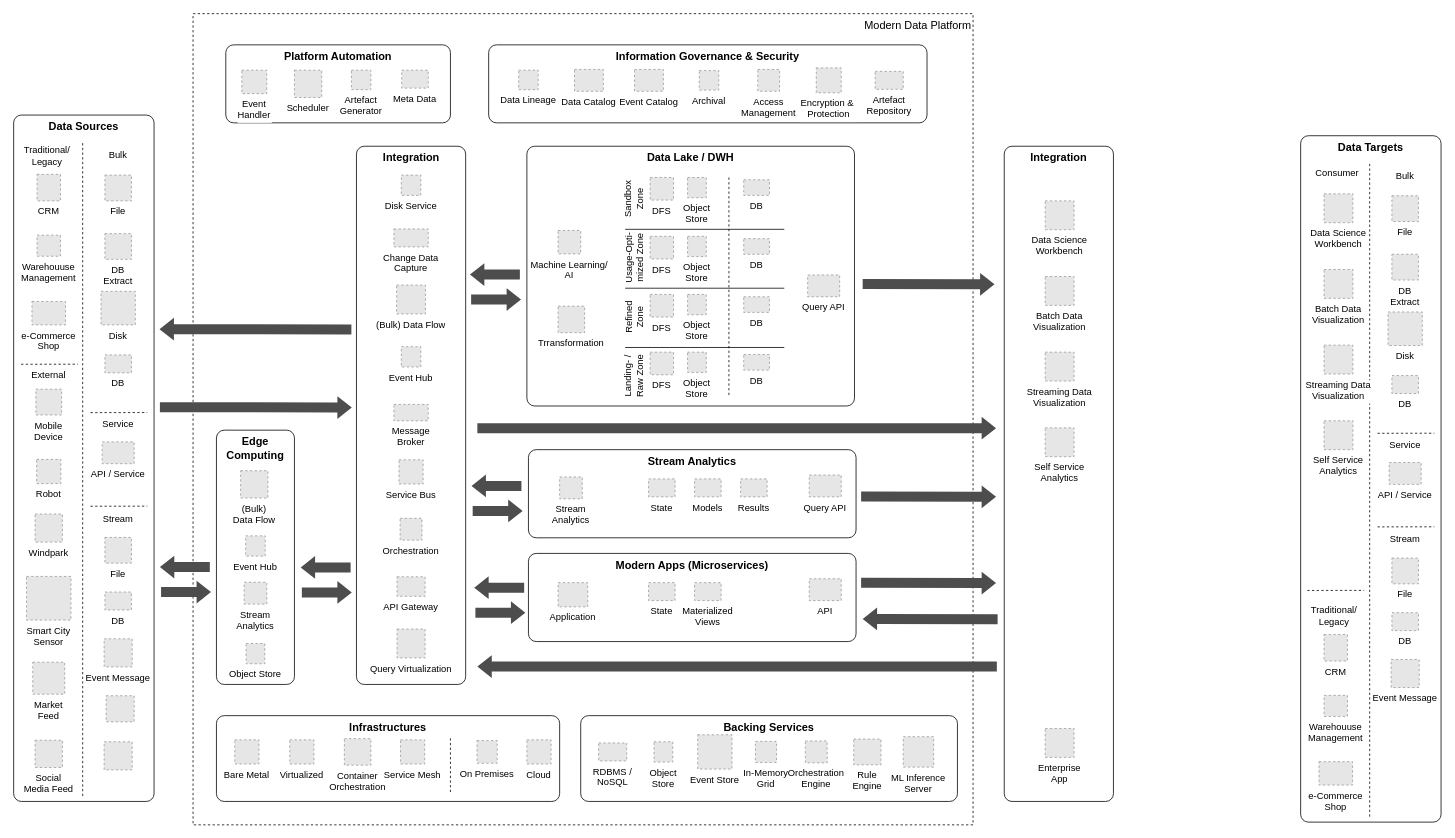
This is page "(II) Reference Architecture" (3 of 10) of drawio/MDP-reference-architecture.drawio from TrivadisPF/modern-dataplatform-architecture, a draw.io file, before an edit. Source tidied: cells renumbered, new cells numbered last; positions are measured from the earlier drawing's top-left corner, leaving out a move shared by most shapes. Both pictures are drawn from the tidied source at 78%, with x=0, y=0 at pixel (13, 13). Pictures stored in the file or linked from it are replaced by grey dashed boxes.
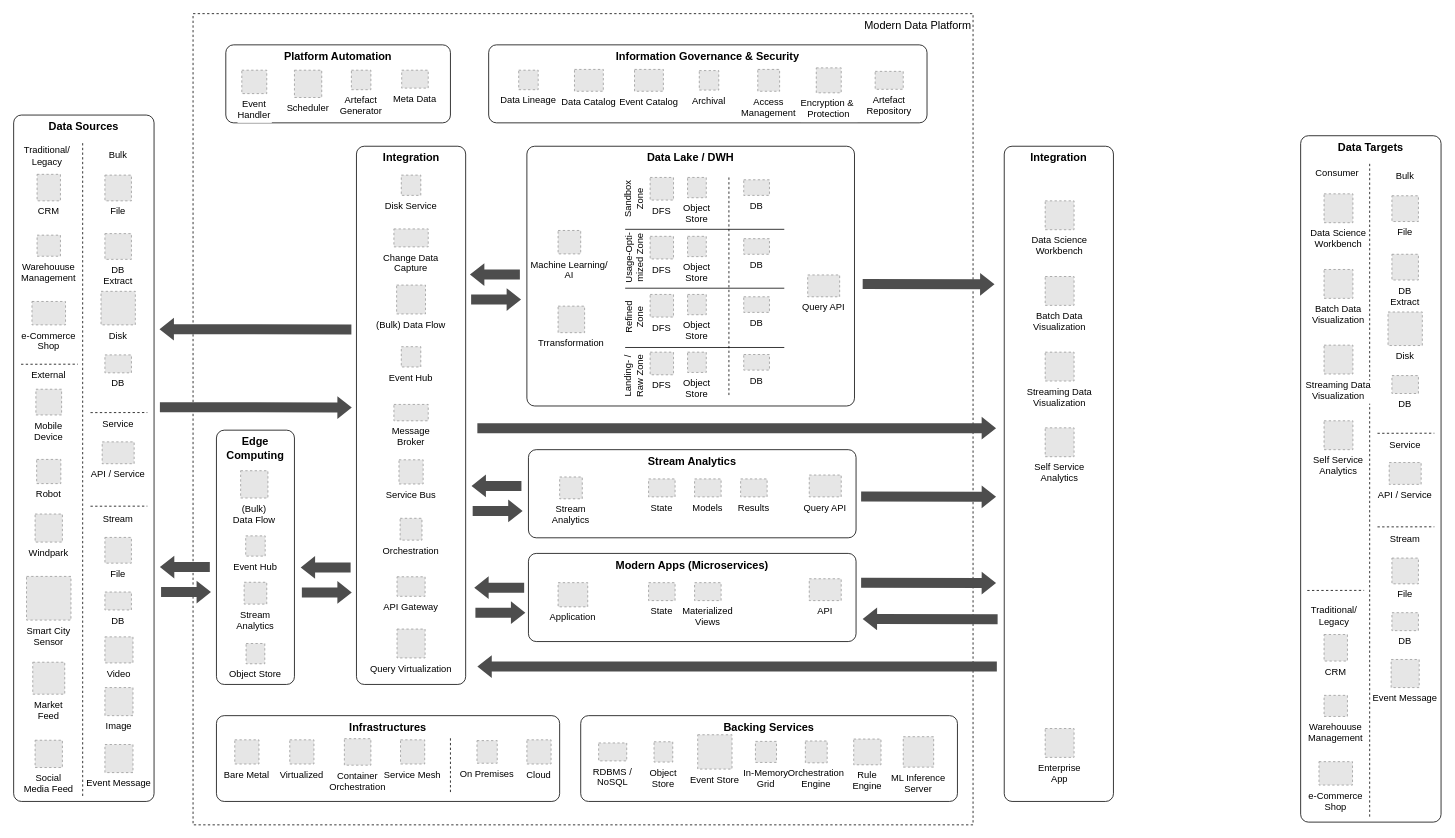
After the change.

What changed in the source:
```diff
@@
     <mxCell id="83" value="Event Message" style="fillColor=#E6E6E6;strokeColor=#999999;dashed=1;verticalLabelPosition=bottom;labelBackgroundColor=#ffffff;verticalAlign=top;" parent="1" vertex="1">
-      <mxGeometry x="116" y="801.5" width="36" height="36" as="geometry" />
+      <mxGeometry x="117" y="937" width="36" height="36" as="geometry" />
     </mxCell>
@@
-    <mxCell id="158" style="fillColor=#E6E6E6;strokeColor=#999999;dashed=1;verticalLabelPosition=bottom;labelBackgroundColor=#ffffff;verticalAlign=top;align=center;" parent="1" vertex="1">
-      <mxGeometry x="118.5" y="874.5" width="36" height="33.4" as="geometry" />
+    <mxCell id="158" value="Video" style="fillColor=#E6E6E6;strokeColor=#999999;dashed=1;verticalLabelPosition=bottom;labelBackgroundColor=#ffffff;verticalAlign=top;align=center;" parent="1" vertex="1">
+      <mxGeometry x="117" y="799" width="36" height="33.4" as="geometry" />
     </mxCell>
-    <mxCell id="159" style="fillColor=#E6E6E6;strokeColor=#999999;dashed=1;verticalLabelPosition=bottom;labelBackgroundColor=#ffffff;verticalAlign=top;align=center;" parent="1" vertex="1">
-      <mxGeometry x="116" y="933.5" width="36" height="36" as="geometry" />
+    <mxCell id="159" value="Image" style="fillColor=#E6E6E6;strokeColor=#999999;dashed=1;verticalLabelPosition=bottom;labelBackgroundColor=#ffffff;verticalAlign=top;align=center;" parent="1" vertex="1">
+      <mxGeometry x="117" y="864" width="36" height="36" as="geometry" />
     </mxCell>
```
